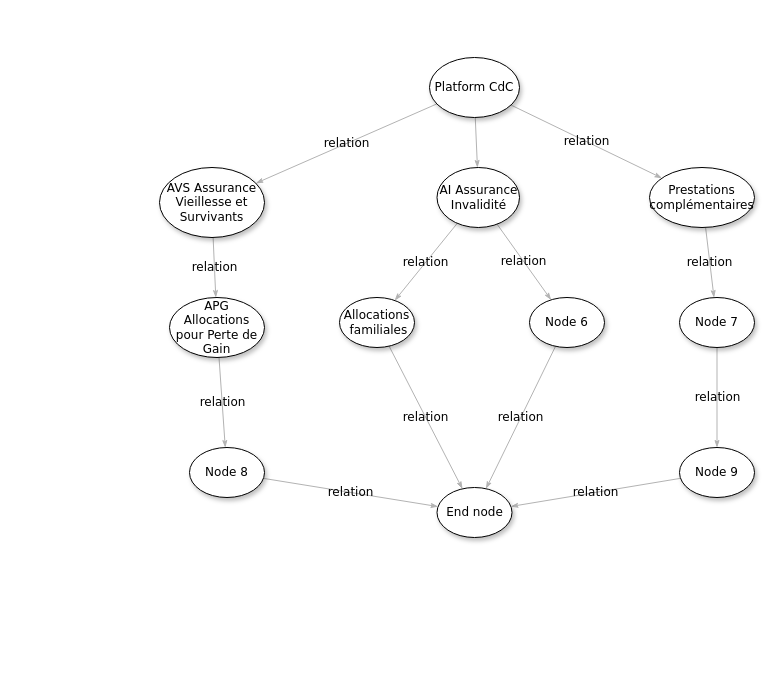
The draw.io diagram page "LandscapeAssurances" (1 of 2) of CdC-context.drawio in Helena-Zuk/github-slideshow, before the edit. Source tidied: cells renumbered, new cells numbered last; positions are measured from the earlier drawing's top-left corner, leaving out a move shared by most shapes. Both pictures are drawn from the tidied source at 100%, with x=0, y=0 at pixel (159, 57).
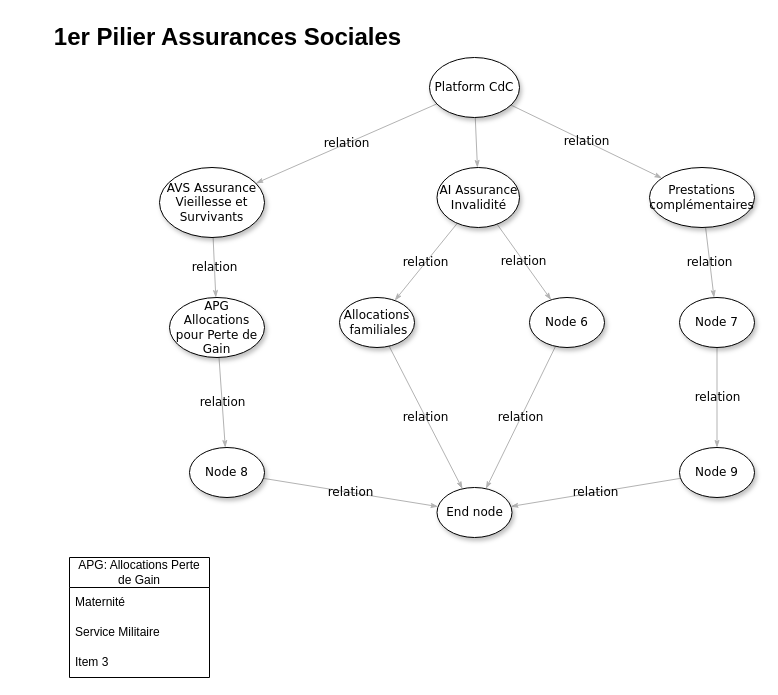
After the change.

The edit, as a diff of the source:
```diff
@@
+    <mxCell id="26" value="APG: Allocations Perte de Gain" style="swimlane;fontStyle=0;horizontal=1;startSize=30;whiteSpace=wrap;html=1;" parent="1" vertex="1">
+      <mxGeometry x="-90" y="500" width="140" height="120" as="geometry" />
+    </mxCell>
+    <mxCell id="27" value="Maternité" style="text;strokeColor=none;fillColor=none;align=left;verticalAlign=middle;spacingLeft=4;spacingRight=4;overflow=hidden;whiteSpace=wrap;html=1;" parent="26" vertex="1">
+      <mxGeometry y="30" width="140" height="30" as="geometry" />
+    </mxCell>
+    <mxCell id="28" value="Service Militaire" style="text;strokeColor=none;fillColor=none;align=left;verticalAlign=middle;spacingLeft=4;spacingRight=4;overflow=hidden;whiteSpace=wrap;html=1;" parent="26" vertex="1">
+      <mxGeometry y="60" width="140" height="30" as="geometry" />
+    </mxCell>
+    <mxCell id="29" value="Item 3" style="text;strokeColor=none;fillColor=none;align=left;verticalAlign=middle;spacingLeft=4;spacingRight=4;overflow=hidden;whiteSpace=wrap;html=1;" parent="26" vertex="1">
+      <mxGeometry y="90" width="140" height="30" as="geometry" />
+    </mxCell>
+    <mxCell id="30" value="1er Pilier Assurances Sociales" style="text;strokeColor=none;fillColor=none;html=1;fontSize=24;fontStyle=1;verticalAlign=middle;align=center;" parent="1" vertex="1">
+      <mxGeometry x="-142.5" y="-40" width="420" height="40" as="geometry" />
+    </mxCell>
```
